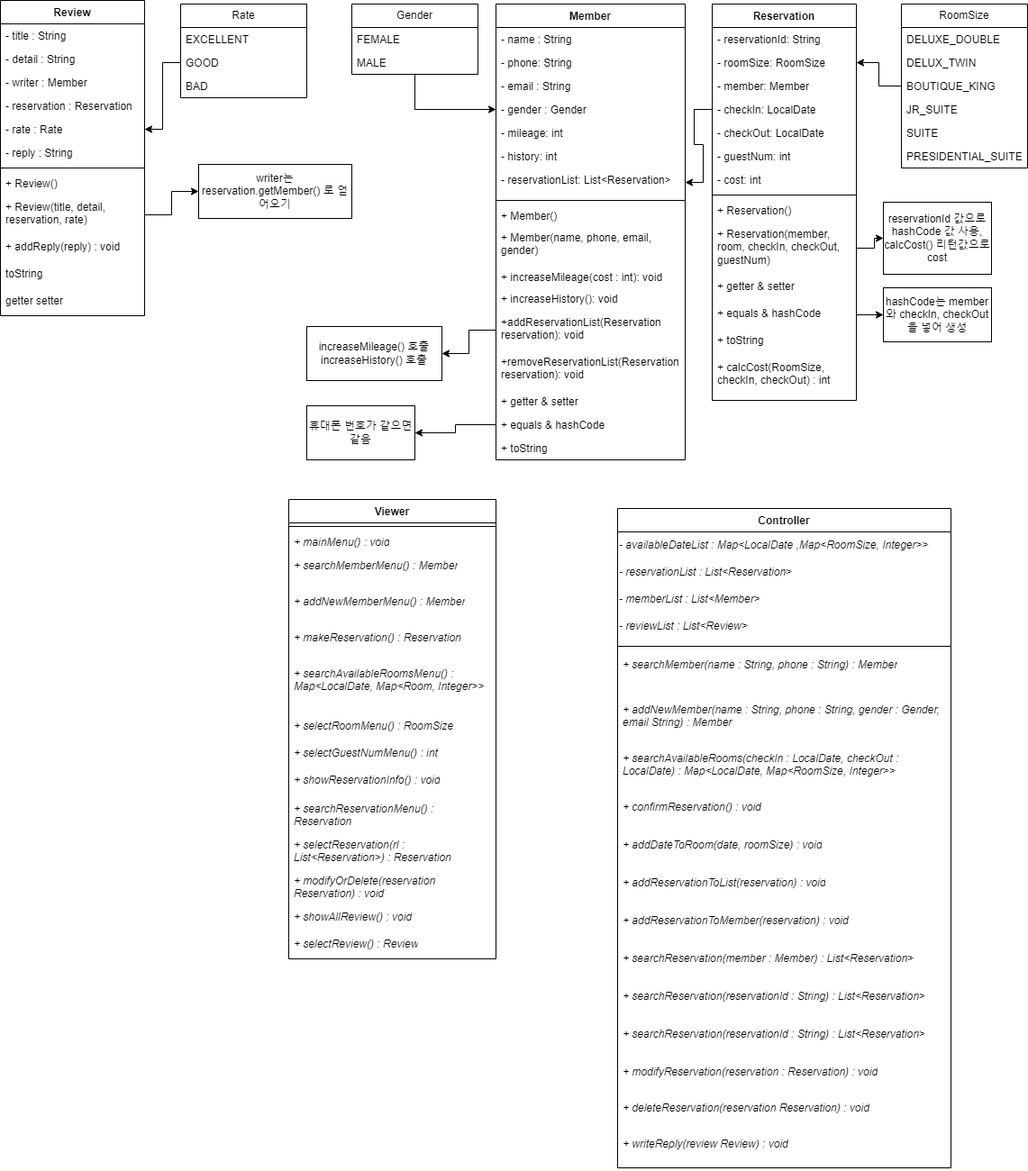
Above: flow chart/클래스 다이어그램.png in zoseonghun/hotel-reservation-program (draw.io), before the change. Source tidied: cells renumbered, new cells last; positions are measured from the earlier drawing's top-left corner, leaving out a move shared by most shapes.
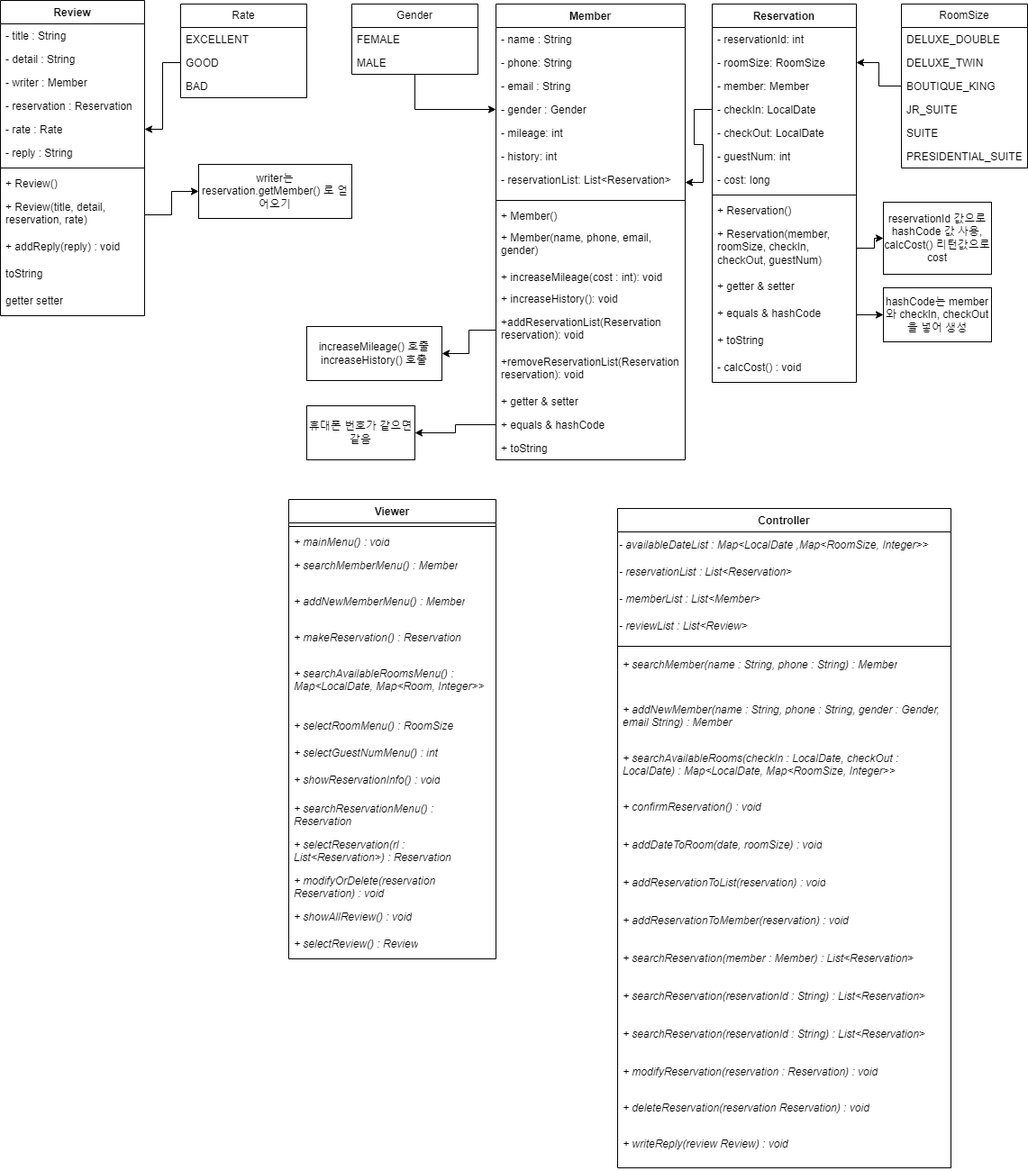
Later version of the same file.

Diff of the diagram source:
```diff
@@ -57,9 +57,9 @@
       <mxGeometry y="480" width="210" height="26" as="geometry" />
     </mxCell>
     <mxCell id="20" value="Reservation" style="swimlane;fontStyle=1;align=center;verticalAlign=top;horizontal=1;startSize=26;whiteSpace=wrap;html=1;" parent="1" vertex="1">
-      <mxGeometry x="790" y="4" width="160" height="440" as="geometry" />
+      <mxGeometry x="790" y="4" width="160" height="420" as="geometry" />
     </mxCell>
-    <mxCell id="21" value="- reservationId: String" style="text;strokeColor=none;fillColor=none;align=left;verticalAlign=top;spacingLeft=4;spacingRight=4;overflow=hidden;whiteSpace=wrap;html=1;" parent="20" vertex="1">
+    <mxCell id="21" value="- reservationId: int" style="text;strokeColor=none;fillColor=none;align=left;verticalAlign=top;spacingLeft=4;spacingRight=4;overflow=hidden;whiteSpace=wrap;html=1;" parent="20" vertex="1">
       <mxGeometry y="26" width="160" height="26" as="geometry" />
     </mxCell>
     <mxCell id="22" value="- roomSize: RoomSize&amp;nbsp;" style="text;strokeColor=none;fillColor=none;align=left;verticalAlign=top;spacingLeft=4;spacingRight=4;overflow=hidden;points=[[0,0.5],[1,0.5]];portConstraint=eastwest;whiteSpace=wrap;html=1;" parent="20" vertex="1">
@@ -77,7 +77,7 @@
     <mxCell id="26" value="- guestNum: int" style="text;strokeColor=none;fillColor=none;align=left;verticalAlign=top;spacingLeft=4;spacingRight=4;overflow=hidden;whiteSpace=wrap;html=1;" parent="20" vertex="1">
       <mxGeometry y="156" width="160" height="26" as="geometry" />
     </mxCell>
-    <mxCell id="27" value="- cost: int" style="text;strokeColor=none;fillColor=none;align=left;verticalAlign=top;spacingLeft=4;spacingRight=4;overflow=hidden;whiteSpace=wrap;html=1;" parent="20" vertex="1">
+    <mxCell id="27" value="- cost: long" style="text;strokeColor=none;fillColor=none;align=left;verticalAlign=top;spacingLeft=4;spacingRight=4;overflow=hidden;whiteSpace=wrap;html=1;" parent="20" vertex="1">
       <mxGeometry y="182" width="160" height="26" as="geometry" />
     </mxCell>
     <mxCell id="28" style="line;strokeWidth=1;fillColor=none;align=left;verticalAlign=middle;spacingTop=-1;spacingLeft=3;spacingRight=3;labelPosition=right;strokeColor=inherit;" parent="20" vertex="1">
@@ -86,7 +86,7 @@
     <mxCell id="29" value="+ Reservation()&amp;nbsp;" style="text;strokeColor=none;fillColor=none;align=left;verticalAlign=top;spacingLeft=4;spacingRight=4;overflow=hidden;whiteSpace=wrap;html=1;" parent="20" vertex="1">
       <mxGeometry y="216" width="160" height="26" as="geometry" />
     </mxCell>
-    <mxCell id="30" value="+ Reservation(member, room, checkIn, checkOut, guestNum)&amp;nbsp;" style="text;strokeColor=none;fillColor=none;align=left;verticalAlign=top;spacingLeft=4;spacingRight=4;overflow=hidden;points=[[0,0.5],[1,0.5]];portConstraint=eastwest;whiteSpace=wrap;html=1;" parent="20" vertex="1">
+    <mxCell id="30" value="+ Reservation(member, roomSize, checkIn, checkOut, guestNum)&amp;nbsp;" style="text;strokeColor=none;fillColor=none;align=left;verticalAlign=top;spacingLeft=4;spacingRight=4;overflow=hidden;points=[[0,0.5],[1,0.5]];portConstraint=eastwest;whiteSpace=wrap;html=1;" parent="20" vertex="1">
       <mxGeometry y="242" width="160" height="58" as="geometry" />
     </mxCell>
     <mxCell id="31" value="+ getter &amp;amp; setter" style="text;strokeColor=none;fillColor=none;align=left;verticalAlign=top;spacingLeft=4;spacingRight=4;overflow=hidden;whiteSpace=wrap;html=1;" parent="20" vertex="1">
@@ -98,8 +98,8 @@
     <mxCell id="33" value="+ toString" style="text;strokeColor=none;fillColor=none;align=left;verticalAlign=top;spacingLeft=4;spacingRight=4;overflow=hidden;whiteSpace=wrap;html=1;" parent="20" vertex="1">
       <mxGeometry y="360" width="160" height="30" as="geometry" />
     </mxCell>
-    <mxCell id="34" value="+ calcCost(RoomSize, checkIn, checkOut) : int" style="text;strokeColor=none;fillColor=none;align=left;verticalAlign=top;spacingLeft=4;spacingRight=4;overflow=hidden;whiteSpace=wrap;html=1;" parent="20" vertex="1">
-      <mxGeometry y="390" width="160" height="50" as="geometry" />
+    <mxCell id="34" value="- calcCost() : void" style="text;strokeColor=none;fillColor=none;align=left;verticalAlign=top;spacingLeft=4;spacingRight=4;overflow=hidden;whiteSpace=wrap;html=1;" parent="20" vertex="1">
+      <mxGeometry y="390" width="160" height="30" as="geometry" />
     </mxCell>
     <mxCell id="35" style="edgeStyle=orthogonalEdgeStyle;rounded=0;jettySize=auto;html=1;" parent="1" edge="1" source="36" target="6">
       <mxGeometry relative="1" as="geometry" />
@@ -122,7 +122,7 @@
     <mxCell id="41" value="DELUXE_DOUBLE" style="text;strokeColor=none;fillColor=none;align=left;verticalAlign=top;spacingLeft=4;spacingRight=4;overflow=hidden;whiteSpace=wrap;html=1;" parent="40" vertex="1">
       <mxGeometry y="26" width="140" height="26" as="geometry" />
     </mxCell>
-    <mxCell id="42" value="DELUX_TWIN" style="text;strokeColor=none;fillColor=none;align=left;verticalAlign=top;spacingLeft=4;spacingRight=4;overflow=hidden;whiteSpace=wrap;html=1;" parent="40" vertex="1">
+    <mxCell id="42" value="DELUXE_TWIN" style="text;strokeColor=none;fillColor=none;align=left;verticalAlign=top;spacingLeft=4;spacingRight=4;overflow=hidden;whiteSpace=wrap;html=1;" parent="40" vertex="1">
       <mxGeometry y="52" width="140" height="26" as="geometry" />
     </mxCell>
     <mxCell id="43" value="BOUTIQUE_KING" style="text;strokeColor=none;fillColor=none;align=left;verticalAlign=top;spacingLeft=4;spacingRight=4;overflow=hidden;whiteSpace=wrap;html=1;" parent="40" vertex="1">
```
